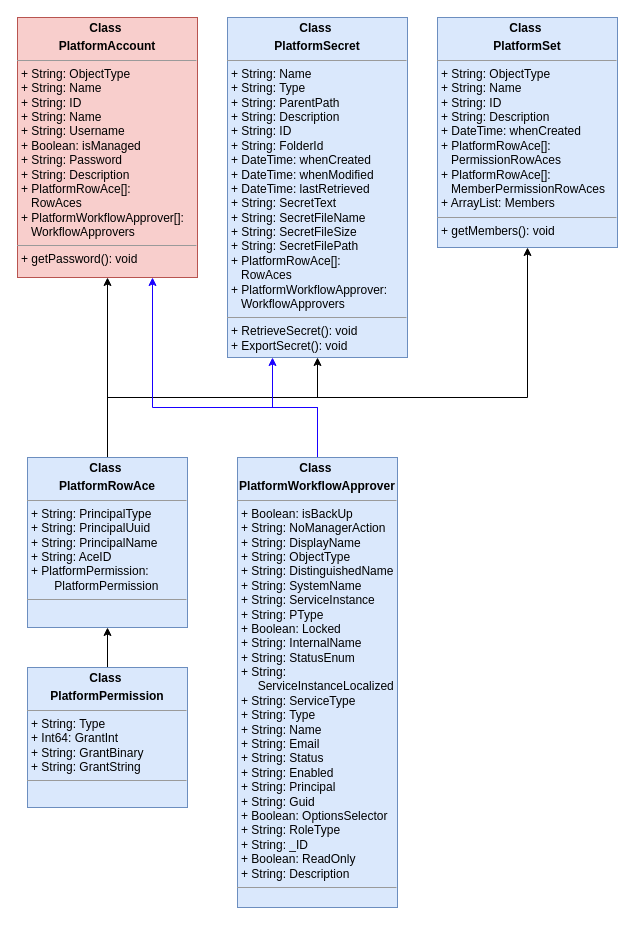
The draw.io diagram umldiagram.drawio in dnlrv/PlatformPlus, before the edit. Source tidied: cells renumbered, new cells numbered last; positions are measured from the earlier drawing's top-left corner, leaving out a move shared by most shapes. Both pictures are drawn from the tidied source at 100%, with x=0, y=0 at pixel (17, 17).
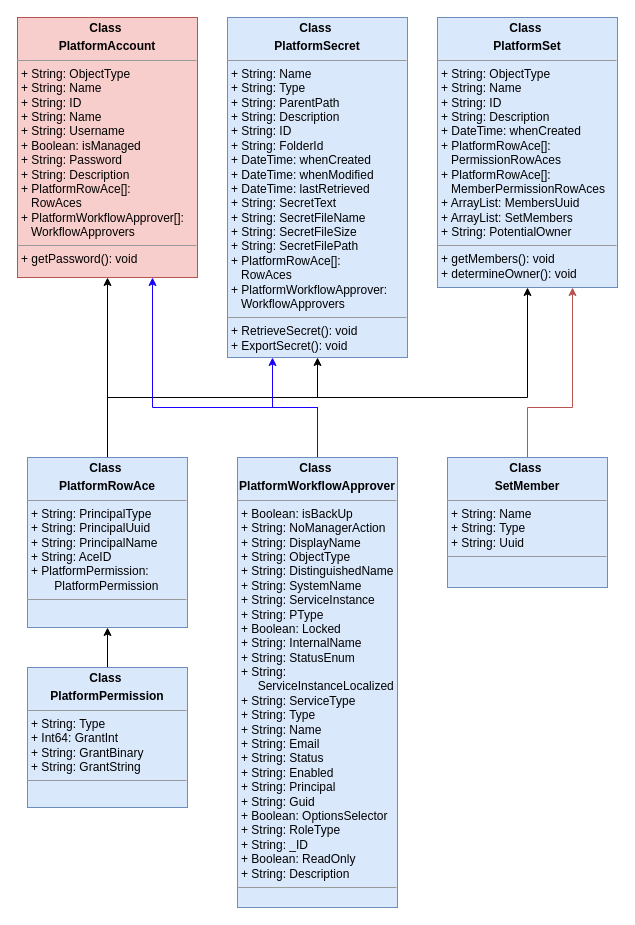
The same diagram, later.

Commit message (it also covers changes not shown here):
Adding Folder support to Get-PlatformSet

Change to the diagram source:
```diff
@@
-    <mxCell id="12" value="&lt;p style=&quot;margin: 0px ; margin-top: 4px ; text-align: center&quot;&gt;&lt;b&gt;Class&amp;nbsp;&lt;/b&gt;&lt;/p&gt;&lt;p style=&quot;margin: 0px ; margin-top: 4px ; text-align: center&quot;&gt;&lt;b&gt;PlatformSet&lt;/b&gt;&lt;/p&gt;&lt;hr size=&quot;1&quot;&gt;&lt;p style=&quot;margin: 0px ; margin-left: 4px&quot;&gt;+ String: ObjectType&lt;br&gt;&lt;/p&gt;&lt;p style=&quot;margin: 0px ; margin-left: 4px&quot;&gt;+ String: Name&lt;/p&gt;&lt;p style=&quot;margin: 0px ; margin-left: 4px&quot;&gt;+ String: ID&lt;/p&gt;&lt;p style=&quot;margin: 0px ; margin-left: 4px&quot;&gt;+ String: Description&lt;/p&gt;&lt;p style=&quot;margin: 0px ; margin-left: 4px&quot;&gt;+ DateTime: whenCreated&lt;/p&gt;&lt;p style=&quot;margin: 0px ; margin-left: 4px&quot;&gt;+ PlatformRowAce[]:&amp;nbsp;&lt;/p&gt;&lt;p style=&quot;margin: 0px ; margin-left: 4px&quot;&gt;&amp;nbsp; &amp;nbsp;PermissionRowAces&lt;/p&gt;&lt;p style=&quot;margin: 0px ; margin-left: 4px&quot;&gt;+ PlatformRowAce[]:&lt;/p&gt;&lt;p style=&quot;margin: 0px ; margin-left: 4px&quot;&gt;&amp;nbsp; &amp;nbsp;MemberPermissionRowAces&lt;/p&gt;&lt;p style=&quot;margin: 0px ; margin-left: 4px&quot;&gt;+ ArrayList: Members&lt;/p&gt;&lt;hr size=&quot;1&quot;&gt;&lt;p style=&quot;margin: 0px ; margin-left: 4px&quot;&gt;+ getMembers(): void&lt;/p&gt;" style="verticalAlign=top;align=left;overflow=fill;fontSize=12;fontFamily=Helvetica;html=1;fillColor=#dae8fc;strokeColor=#6c8ebf;" parent="1" vertex="1">
-      <mxGeometry x="420" width="180" height="230" as="geometry" />
+    <mxCell id="12" value="&lt;p style=&quot;margin: 0px ; margin-top: 4px ; text-align: center&quot;&gt;&lt;b&gt;Class&amp;nbsp;&lt;/b&gt;&lt;/p&gt;&lt;p style=&quot;margin: 0px ; margin-top: 4px ; text-align: center&quot;&gt;&lt;b&gt;PlatformSet&lt;/b&gt;&lt;/p&gt;&lt;hr size=&quot;1&quot;&gt;&lt;p style=&quot;margin: 0px ; margin-left: 4px&quot;&gt;+ String: ObjectType&lt;br&gt;&lt;/p&gt;&lt;p style=&quot;margin: 0px ; margin-left: 4px&quot;&gt;+ String: Name&lt;/p&gt;&lt;p style=&quot;margin: 0px ; margin-left: 4px&quot;&gt;+ String: ID&lt;/p&gt;&lt;p style=&quot;margin: 0px ; margin-left: 4px&quot;&gt;+ String: Description&lt;/p&gt;&lt;p style=&quot;margin: 0px ; margin-left: 4px&quot;&gt;+ DateTime: whenCreated&lt;/p&gt;&lt;p style=&quot;margin: 0px ; margin-left: 4px&quot;&gt;+ PlatformRowAce[]:&amp;nbsp;&lt;/p&gt;&lt;p style=&quot;margin: 0px ; margin-left: 4px&quot;&gt;&amp;nbsp; &amp;nbsp;PermissionRowAces&lt;/p&gt;&lt;p style=&quot;margin: 0px ; margin-left: 4px&quot;&gt;+ PlatformRowAce[]:&lt;/p&gt;&lt;p style=&quot;margin: 0px ; margin-left: 4px&quot;&gt;&amp;nbsp; &amp;nbsp;MemberPermissionRowAces&lt;/p&gt;&lt;p style=&quot;margin: 0px ; margin-left: 4px&quot;&gt;+ ArrayList: MembersUuid&lt;/p&gt;&lt;p style=&quot;margin: 0px ; margin-left: 4px&quot;&gt;+ ArrayList: SetMembers&lt;/p&gt;&lt;p style=&quot;margin: 0px ; margin-left: 4px&quot;&gt;+ String: PotentialOwner&lt;/p&gt;&lt;hr size=&quot;1&quot;&gt;&lt;p style=&quot;margin: 0px ; margin-left: 4px&quot;&gt;+ getMembers(): void&lt;/p&gt;&lt;p style=&quot;margin: 0px ; margin-left: 4px&quot;&gt;+ determineOwner(): void&lt;/p&gt;" style="verticalAlign=top;align=left;overflow=fill;fontSize=12;fontFamily=Helvetica;html=1;fillColor=#dae8fc;strokeColor=#6c8ebf;" parent="1" vertex="1">
+      <mxGeometry x="420" width="180" height="270" as="geometry" />
     </mxCell>
@@
+    <mxCell id="14" style="edgeStyle=orthogonalEdgeStyle;rounded=0;jettySize=auto;html=1;entryX=0.75;entryY=1;entryDx=0;entryDy=0;fillColor=#f8cecc;strokeColor=#b85450;" parent="1" edge="1" source="15" target="12">
+      <mxGeometry relative="1" as="geometry">
+        <Array as="points">
+          <mxPoint x="510" y="390" />
+          <mxPoint x="555" y="390" />
+        </Array>
+      </mxGeometry>
+    </mxCell>
+    <mxCell id="15" value="&lt;p style=&quot;margin: 0px ; margin-top: 4px ; text-align: center&quot;&gt;&lt;b&gt;Class&amp;nbsp;&lt;/b&gt;&lt;/p&gt;&lt;p style=&quot;margin: 0px ; margin-top: 4px ; text-align: center&quot;&gt;&lt;b&gt;SetMember&lt;/b&gt;&lt;/p&gt;&lt;hr size=&quot;1&quot;&gt;&lt;p style=&quot;margin: 0px ; margin-left: 4px&quot;&gt;+ String: Name&lt;/p&gt;&lt;p style=&quot;margin: 0px ; margin-left: 4px&quot;&gt;+ String: Type&lt;/p&gt;&lt;p style=&quot;margin: 0px ; margin-left: 4px&quot;&gt;+ String: Uuid&lt;br&gt;&lt;/p&gt;&lt;hr size=&quot;1&quot;&gt;&lt;p style=&quot;margin: 0px ; margin-left: 4px&quot;&gt;&lt;br&gt;&lt;/p&gt;" style="verticalAlign=top;align=left;overflow=fill;fontSize=12;fontFamily=Helvetica;html=1;fillColor=#dae8fc;strokeColor=#6c8ebf;" parent="1" vertex="1">
+      <mxGeometry x="430" y="440" width="160" height="130" as="geometry" />
+    </mxCell>
```
